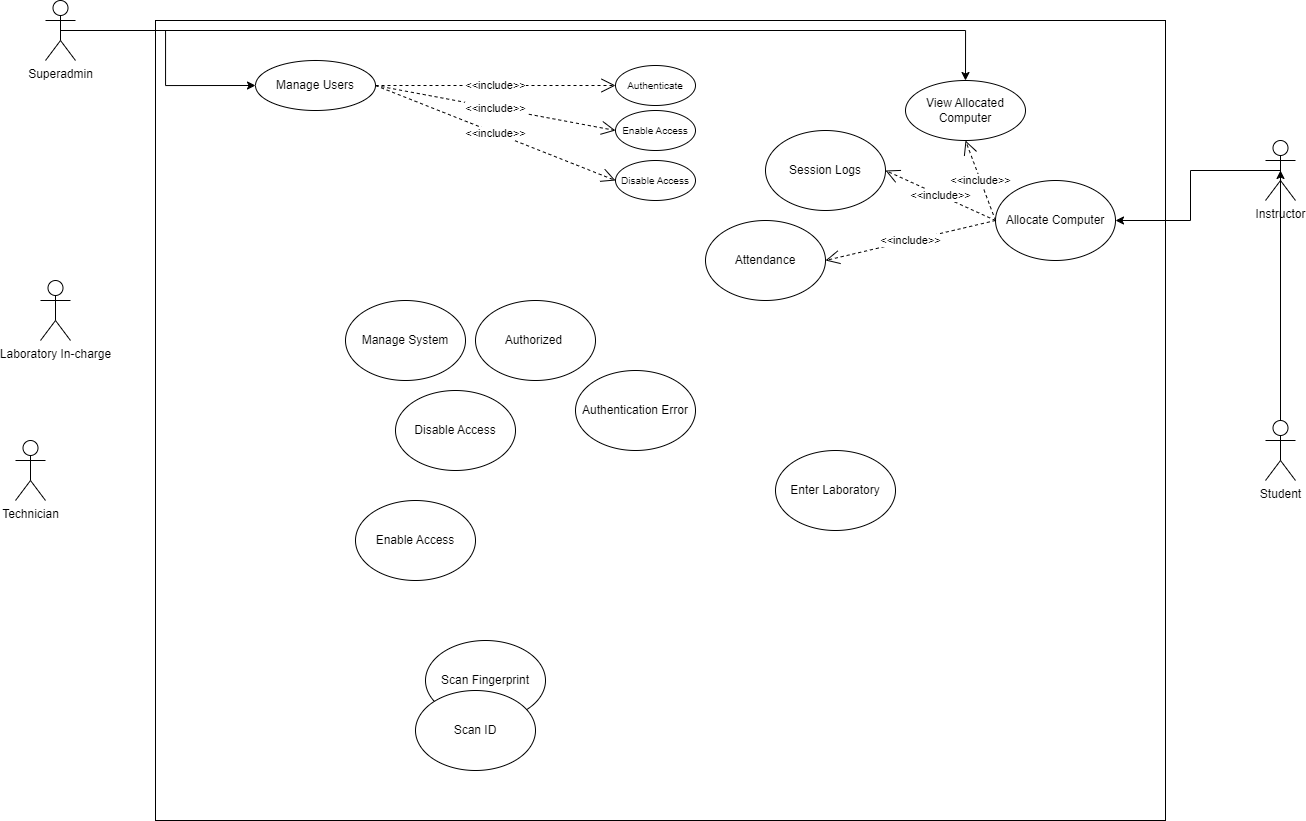
kaisunoo/Acads keeps this draw.io diagram as Use_Case_Diagram_Marimo.drawio.png. Above is the earlier version. Source tidied: cells renumbered, new cells last; positions are measured from the earlier drawing's top-left corner, leaving out a move shared by most shapes.
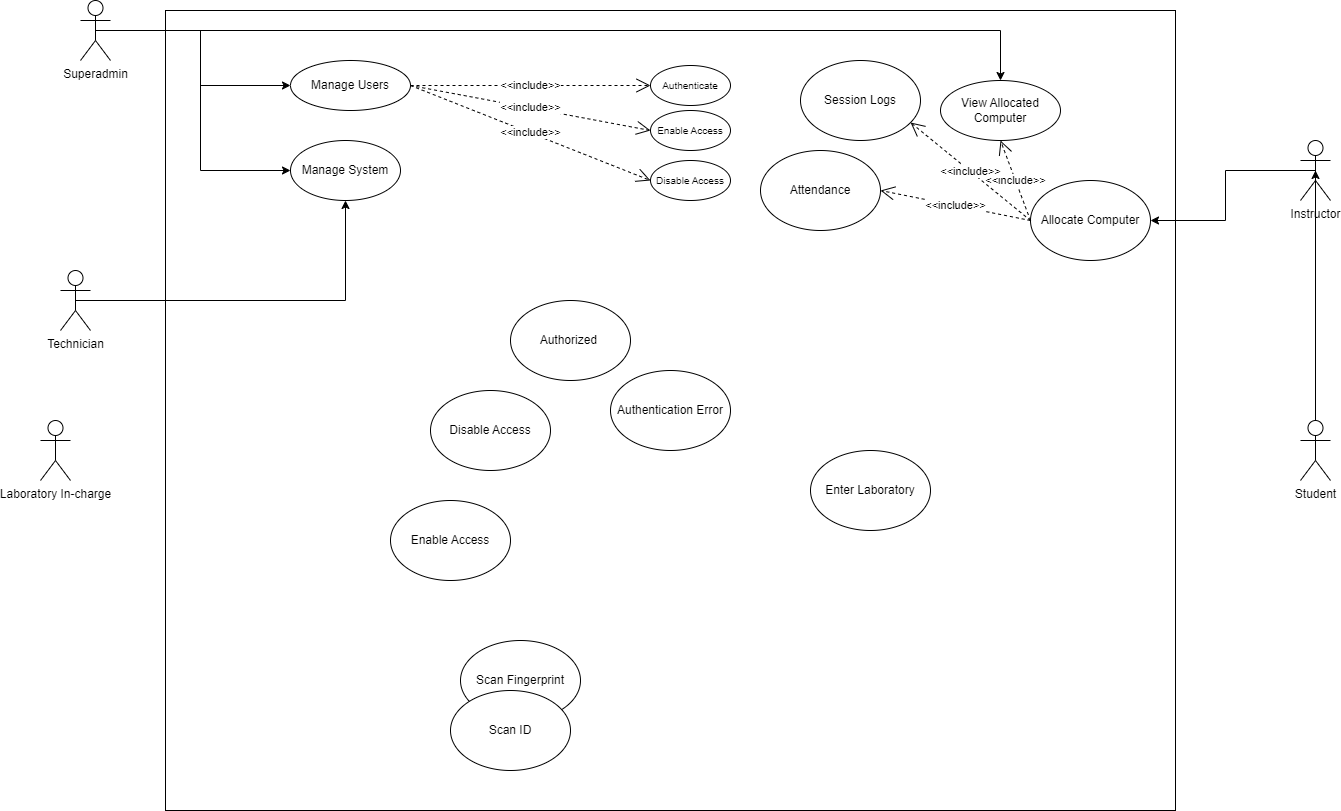
The same diagram one commit later.

Diff of the diagram source:
```diff
@@ -3,7 +3,7 @@
     <mxCell id="0" />
     <mxCell id="1" parent="0" />
     <mxCell id="2" style="whiteSpace=wrap;html=1;" parent="1" vertex="1">
-      <mxGeometry x="140" y="20" width="1010" height="800" as="geometry" />
+      <mxGeometry x="115" y="10" width="1010" height="800" as="geometry" />
     </mxCell>
     <mxCell id="3" style="edgeStyle=orthogonalEdgeStyle;rounded=0;jettySize=auto;html=1;exitX=0.5;exitY=0.5;exitDx=0;exitDy=0;exitPerimeter=0;entryX=0;entryY=0.5;entryDx=0;entryDy=0;" parent="1" edge="1" source="5" target="10">
       <mxGeometry relative="1" as="geometry" />
@@ -11,11 +11,14 @@
     <mxCell id="4" style="edgeStyle=orthogonalEdgeStyle;rounded=0;jettySize=auto;html=1;exitX=0.5;exitY=0.5;exitDx=0;exitDy=0;exitPerimeter=0;" parent="1" edge="1" source="5" target="12">
       <mxGeometry relative="1" as="geometry" />
     </mxCell>
+    <mxCell id="34" style="edgeStyle=orthogonalEdgeStyle;rounded=0;jettySize=auto;html=1;exitX=0.5;exitY=0.5;exitDx=0;exitDy=0;exitPerimeter=0;entryX=0;entryY=0.5;entryDx=0;entryDy=0;" parent="1" edge="1" source="5" target="29">
+      <mxGeometry relative="1" as="geometry" />
+    </mxCell>
     <mxCell id="5" value="Superadmin" style="shape=umlActor;verticalLabelPosition=bottom;verticalAlign=top;html=1;outlineConnect=0;" parent="1" vertex="1">
       <mxGeometry x="30" width="30" height="60" as="geometry" />
     </mxCell>
     <mxCell id="6" value="Laboratory In-charge" style="shape=umlActor;verticalLabelPosition=bottom;verticalAlign=top;html=1;" parent="1" vertex="1">
-      <mxGeometry x="25" y="280" width="30" height="60" as="geometry" />
+      <mxGeometry x="-10" y="420" width="30" height="60" as="geometry" />
     </mxCell>
     <mxCell id="7" style="edgeStyle=orthogonalEdgeStyle;rounded=0;jettySize=auto;html=1;exitX=0.5;exitY=0.5;exitDx=0;exitDy=0;exitPerimeter=0;entryX=1;entryY=0.5;entryDx=0;entryDy=0;" parent="1" edge="1" source="8" target="16">
       <mxGeometry relative="1" as="geometry" />
@@ -38,8 +41,11 @@
     <mxCell id="13" value="Enter Laboratory" style="ellipse;whiteSpace=wrap;html=1;" parent="1" vertex="1">
       <mxGeometry x="760" y="450" width="120" height="80" as="geometry" />
     </mxCell>
+    <mxCell id="35" style="edgeStyle=orthogonalEdgeStyle;rounded=0;jettySize=auto;html=1;exitX=0.5;exitY=0.5;exitDx=0;exitDy=0;exitPerimeter=0;entryX=0.5;entryY=1;entryDx=0;entryDy=0;" parent="1" edge="1" source="14" target="29">
+      <mxGeometry relative="1" as="geometry" />
+    </mxCell>
     <mxCell id="14" value="Technician" style="shape=umlActor;verticalLabelPosition=bottom;verticalAlign=top;html=1;outlineConnect=0;" parent="1" vertex="1">
-      <mxGeometry y="440" width="30" height="60" as="geometry" />
+      <mxGeometry x="10" y="270" width="30" height="60" as="geometry" />
     </mxCell>
     <mxCell id="15" style="edgeStyle=orthogonalEdgeStyle;rounded=0;jettySize=auto;html=1;exitX=0.5;exitY=0;exitDx=0;exitDy=0;exitPerimeter=0;entryX=0.5;entryY=0.5;entryDx=0;entryDy=0;entryPerimeter=0;" parent="1" edge="1" source="9" target="8">
       <mxGeometry relative="1" as="geometry" />
@@ -80,13 +86,13 @@
       </mxGeometry>
     </mxCell>
     <mxCell id="27" value="Attendance" style="ellipse;whiteSpace=wrap;html=1;" parent="1" vertex="1">
-      <mxGeometry x="690" y="220" width="120" height="80" as="geometry" />
+      <mxGeometry x="710" y="150" width="120" height="80" as="geometry" />
     </mxCell>
     <mxCell id="28" value="&amp;lt;&amp;lt;include&amp;gt;&amp;gt;" style="endArrow=open;endSize=12;dashed=1;html=1;rounded=0;entryX=1;entryY=0.5;entryDx=0;entryDy=0;exitX=0;exitY=0.5;exitDx=0;exitDy=0;" parent="1" edge="1" source="16" target="27">
       <mxGeometry relative="1" as="geometry" />
     </mxCell>
     <mxCell id="29" value="Manage System" style="ellipse;whiteSpace=wrap;html=1;" parent="1" vertex="1">
-      <mxGeometry x="330" y="300" width="120" height="80" as="geometry" />
+      <mxGeometry x="240" y="140" width="110" height="60" as="geometry" />
     </mxCell>
     <mxCell id="30" value="Disable Access" style="ellipse;whiteSpace=wrap;html=1;" parent="1" vertex="1">
       <mxGeometry x="380" y="390" width="120" height="80" as="geometry" />
@@ -95,9 +101,9 @@
       <mxGeometry x="340" y="500" width="120" height="80" as="geometry" />
     </mxCell>
     <mxCell id="32" value="Session Logs" style="ellipse;whiteSpace=wrap;html=1;" parent="1" vertex="1">
-      <mxGeometry x="750" y="130" width="120" height="80" as="geometry" />
+      <mxGeometry x="750" y="60" width="120" height="80" as="geometry" />
     </mxCell>
-    <mxCell id="33" value="&amp;lt;&amp;lt;include&amp;gt;&amp;gt;" style="endArrow=open;endSize=12;dashed=1;html=1;rounded=0;exitX=0;exitY=0.5;exitDx=0;exitDy=0;entryX=1;entryY=0.5;entryDx=0;entryDy=0;" parent="1" edge="1" source="16" target="32">
+    <mxCell id="33" value="&amp;lt;&amp;lt;include&amp;gt;&amp;gt;" style="endArrow=open;endSize=12;dashed=1;html=1;rounded=0;exitX=0;exitY=0.5;exitDx=0;exitDy=0;entryX=0.917;entryY=0.775;entryDx=0;entryDy=0;entryPerimeter=0;" parent="1" edge="1" source="16" target="32">
       <mxGeometry relative="1" as="geometry" />
     </mxCell>
   </root>
```
